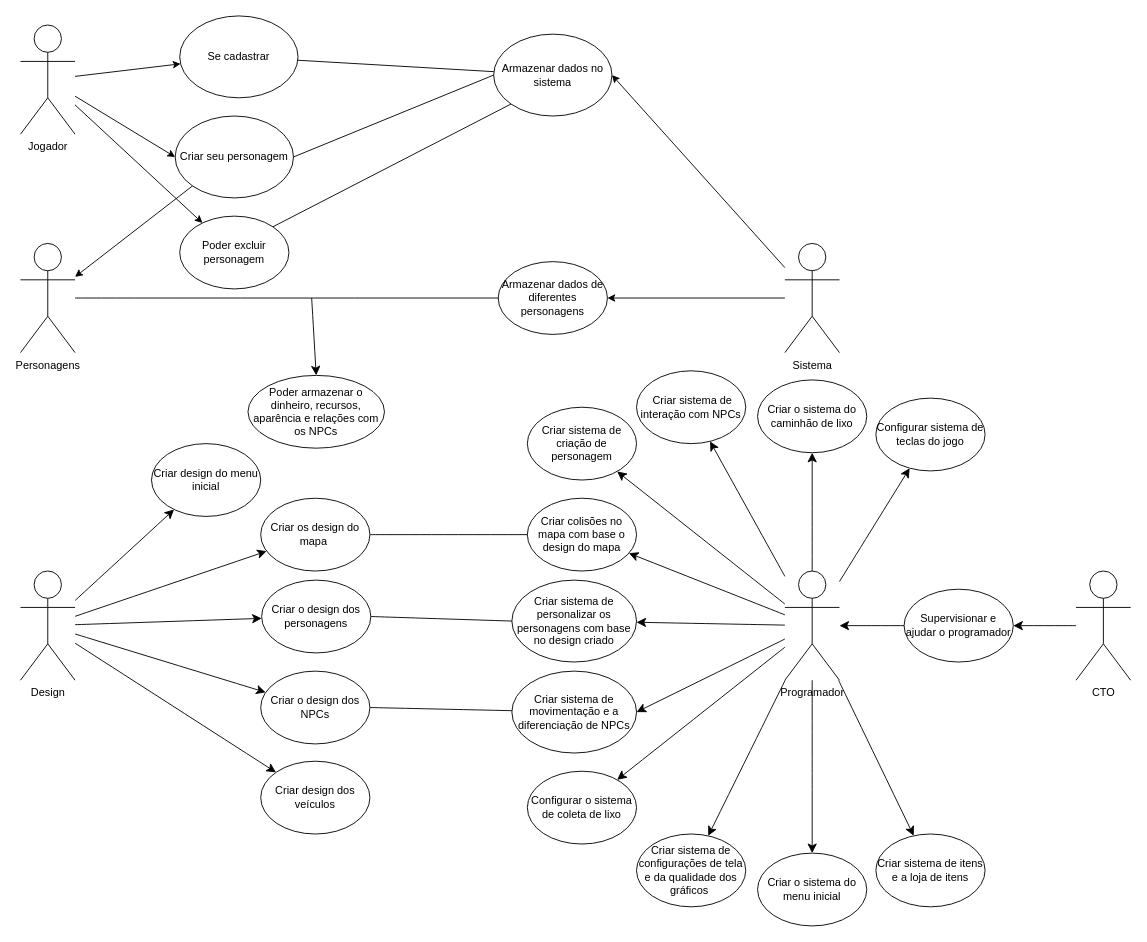
This is page "Caso de Uso" (1 of 7) of Diagrama sem nome.drawio from Lotharzin/Valley-Of-Cleaning, a draw.io file, before an edit. Source tidied: cells renumbered, new cells numbered last; positions are measured from the earlier drawing's top-left corner, leaving out a move shared by most shapes. Both pictures are drawn from the tidied source at 91%, with x=0, y=0 at pixel (20, 15).
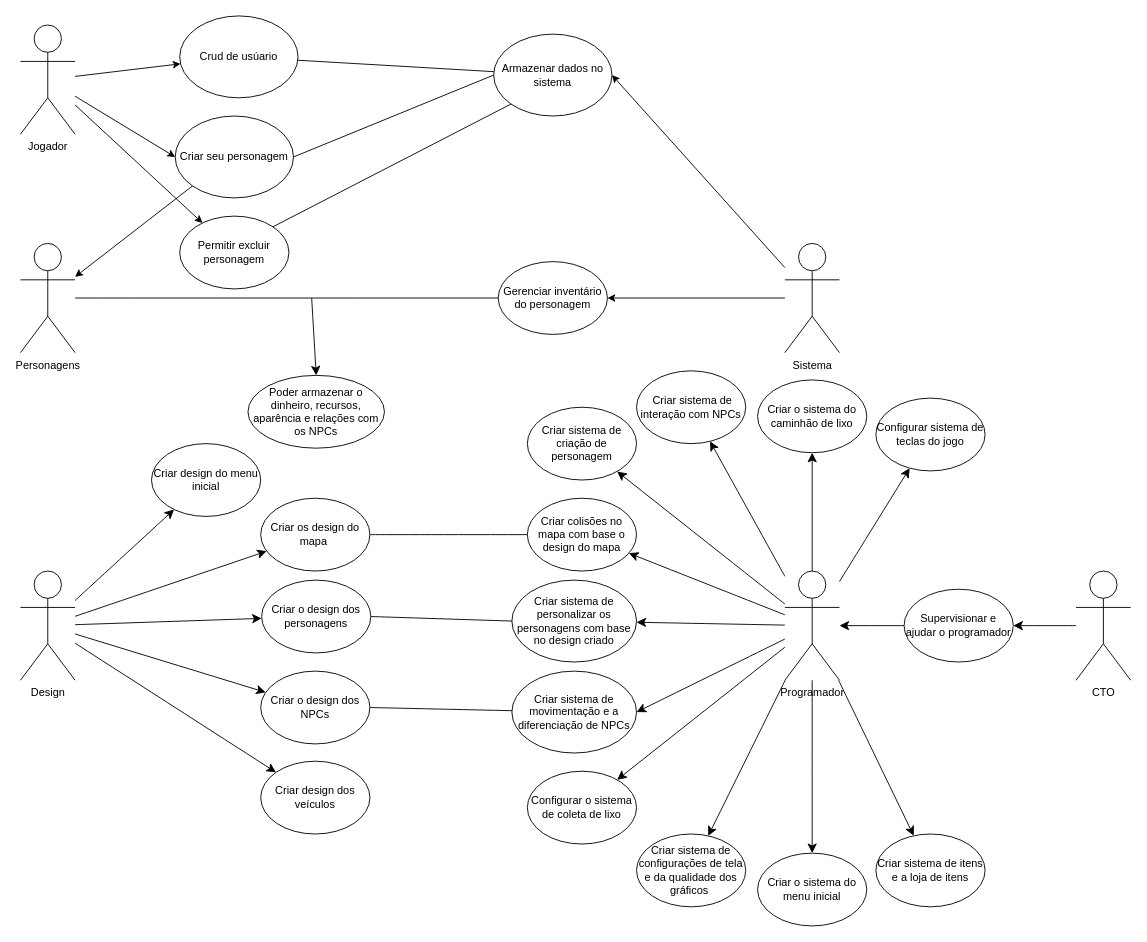
Above is the later version.

Change to the diagram source:
```diff
@@
-    <mxCell id="4" value="Se cadastrar" style="ellipse;whiteSpace=wrap;html=1;" parent="1" vertex="1">
+    <mxCell id="4" value="Crud de usúario" style="ellipse;whiteSpace=wrap;html=1;" parent="1" vertex="1">
       <mxGeometry x="175" width="130" height="90" as="geometry" />
     </mxCell>
@@
-    <mxCell id="12" value="Poder excluir personagem" style="ellipse;whiteSpace=wrap;html=1;" parent="1" vertex="1">
+    <mxCell id="12" value="Permitir excluir personagem" style="ellipse;whiteSpace=wrap;html=1;" parent="1" vertex="1">
       <mxGeometry x="175" y="220" width="120" height="80" as="geometry" />
     </mxCell>
@@
-    <mxCell id="16" value="Armazenar dados de diferentes personagens" style="ellipse;whiteSpace=wrap;html=1;" parent="1" vertex="1">
+    <mxCell id="16" value="Gerenciar inventário do personagem" style="ellipse;whiteSpace=wrap;html=1;" parent="1" vertex="1">
       <mxGeometry x="525" y="270" width="120" height="80" as="geometry" />
     </mxCell>
```
